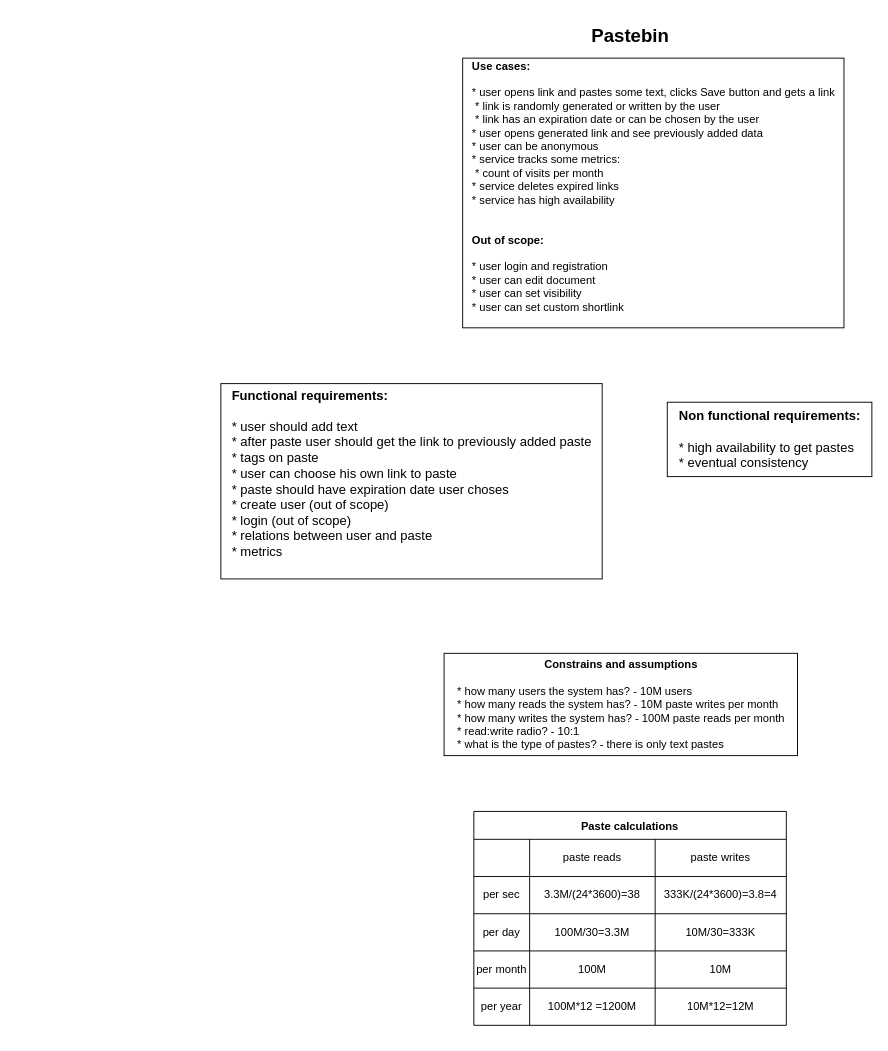
yakovshmidt/algo-problems keeps this draw.io diagram as src/main/resources/systemDesign/drawio/Pastebin.drawio. Above is the earlier version. Source tidied: cells renumbered, new cells numbered last; positions are measured from the earlier drawing's top-left corner, leaving out a move shared by most shapes. Both pictures are drawn from the tidied source at 93%, with x=0, y=0 at pixel (220, 16).
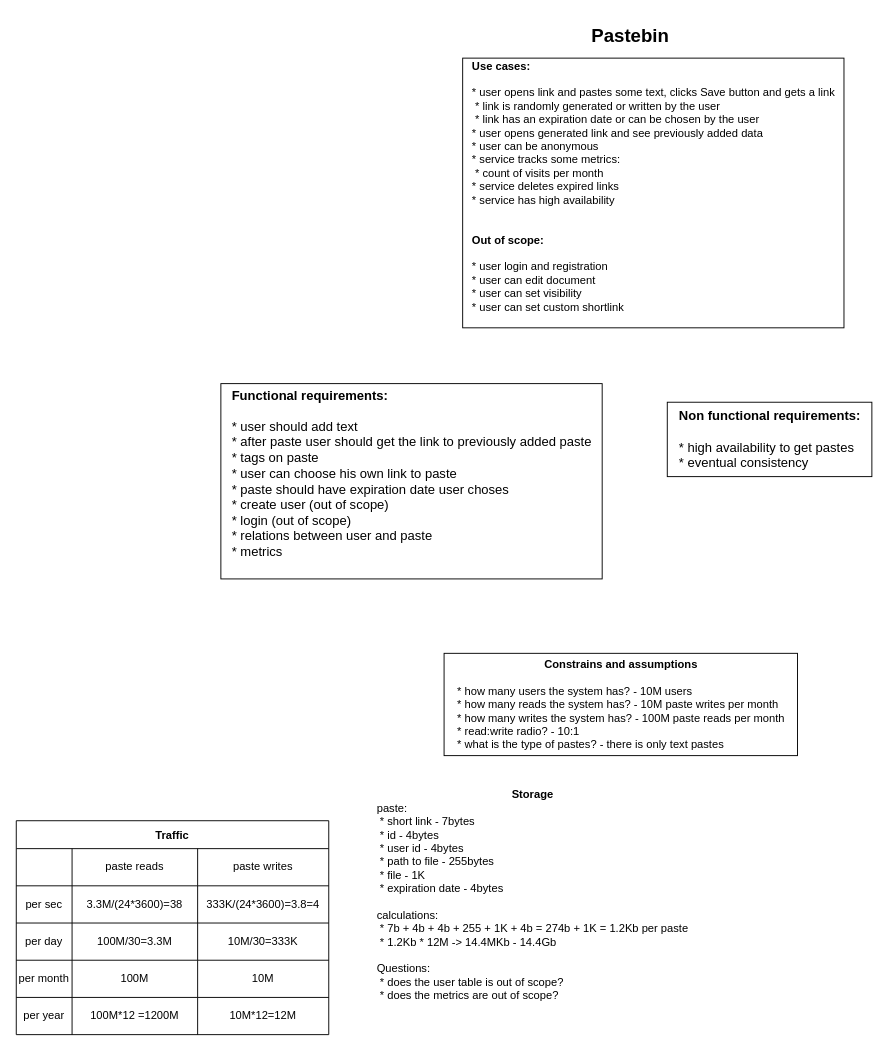
The same page after the edit.

Commit message:
feat: make storage calculations for Pastebin.drawio

What changed in the source:
```diff
@@
-    <mxCell id="7" value="Paste calculations" style="shape=table;startSize=30;childLayout=tableLayout;fontStyle=1;align=center;rounded=0;shadow=0;glass=0;sketch=0;fillStyle=auto;strokeColor=default;fillColor=default;gradientColor=none;" parent="1" vertex="1">
-      <mxGeometry x="272" y="855" width="336" height="230" as="geometry" />
+    <mxCell id="7" value="Traffic" style="shape=table;startSize=30;childLayout=tableLayout;fontStyle=1;align=center;rounded=0;shadow=0;glass=0;sketch=0;fillStyle=auto;strokeColor=default;fillColor=default;gradientColor=none;" parent="1" vertex="1">
+      <mxGeometry x="-220" y="865" width="336" height="230" as="geometry" />
     </mxCell>
@@
+    <mxCell id="28" value="&lt;b&gt;Storage&lt;/b&gt;&lt;br&gt;&lt;div style=&quot;text-align: left;&quot;&gt;paste:&lt;/div&gt;&lt;div style=&quot;text-align: left;&quot;&gt;&lt;span style=&quot;white-space: pre;&quot;&gt; * short link - 7bytes&lt;/span&gt;&lt;br&gt;&lt;/div&gt;&lt;div style=&quot;text-align: left;&quot;&gt;&lt;span style=&quot;white-space: pre;&quot;&gt;&lt;span style=&quot;white-space: pre;&quot;&gt; * id - 4bytes&lt;/span&gt;&lt;br&gt;&lt;/span&gt;&lt;/div&gt;&lt;div style=&quot;text-align: left;&quot;&gt;&lt;span style=&quot;white-space: pre;&quot;&gt;&lt;span style=&quot;white-space: pre;&quot;&gt;&lt;span style=&quot;white-space: pre;&quot;&gt; * user id - 4bytes&lt;/span&gt;&lt;br&gt;&lt;/span&gt;&lt;/span&gt;&lt;/div&gt;&lt;div style=&quot;text-align: left;&quot;&gt;&lt;span style=&quot;white-space: pre;&quot;&gt;&lt;span style=&quot;white-space: pre;&quot;&gt;&lt;span style=&quot;white-space: pre;&quot;&gt;&lt;span style=&quot;white-space: pre;&quot;&gt; * path to file - 255bytes&lt;/span&gt;&lt;br&gt;&lt;/span&gt;&lt;/span&gt;&lt;/span&gt;&lt;/div&gt;&lt;div style=&quot;text-align: left;&quot;&gt;&lt;span style=&quot;white-space: pre;&quot;&gt;&lt;span style=&quot;white-space: pre;&quot;&gt;&lt;span style=&quot;white-space: pre;&quot;&gt;&lt;span style=&quot;white-space: pre;&quot;&gt;&lt;span style=&quot;white-space: pre;&quot;&gt; * file - 1K&lt;/span&gt;&lt;br&gt;&lt;/span&gt;&lt;/span&gt;&lt;/span&gt;&lt;/span&gt;&lt;/div&gt;&lt;div style=&quot;text-align: left;&quot;&gt;&lt;span style=&quot;white-space: pre;&quot;&gt;&lt;span style=&quot;white-space: pre;&quot;&gt;&lt;span style=&quot;white-space: pre;&quot;&gt;&lt;span style=&quot;white-space: pre;&quot;&gt;&lt;span style=&quot;white-space: pre;&quot;&gt;&lt;span style=&quot;white-space: pre;&quot;&gt;&lt;span style=&quot;white-space: pre;&quot;&gt; &lt;/span&gt;* expiration date - 4bytes&lt;/span&gt;&lt;br&gt;&lt;/span&gt;&lt;/span&gt;&lt;/span&gt;&lt;/span&gt;&lt;/span&gt;&lt;/div&gt;&lt;div style=&quot;text-align: left;&quot;&gt;&lt;span style=&quot;white-space: pre;&quot;&gt;&lt;span style=&quot;white-space: pre;&quot;&gt;&lt;span style=&quot;white-space: pre;&quot;&gt;&lt;span style=&quot;white-space: pre;&quot;&gt;&lt;span style=&quot;white-space: pre;&quot;&gt;&lt;span style=&quot;white-space: pre;&quot;&gt;&lt;br&gt;&lt;/span&gt;&lt;/span&gt;&lt;/span&gt;&lt;/span&gt;&lt;/span&gt;&lt;/span&gt;&lt;/div&gt;&lt;div style=&quot;text-align: left;&quot;&gt;&lt;span style=&quot;white-space: pre;&quot;&gt;calculations:&amp;nbsp;&lt;/span&gt;&lt;/div&gt;&lt;div style=&quot;text-align: left;&quot;&gt;&lt;span style=&quot;white-space: pre;&quot;&gt;&lt;span style=&quot;white-space: pre;&quot;&gt; * &lt;/span&gt;7b + 4b + 4b + 255 + 1K + 4b = 274b + 1K = 1.2Kb per paste&lt;/span&gt;&lt;/div&gt;&lt;div style=&quot;text-align: left;&quot;&gt;&lt;span style=&quot;white-space: pre;&quot;&gt;&lt;span style=&quot;white-space: pre;&quot;&gt; * 1.2Kb * 12M -&amp;gt; 14.4MKb - 14.4Gb&lt;/span&gt;&lt;br&gt;&lt;/span&gt;&lt;/div&gt;&lt;div style=&quot;text-align: left;&quot;&gt;&lt;span style=&quot;white-space: pre;&quot;&gt;&lt;span style=&quot;white-space: pre;&quot;&gt;&lt;span style=&quot;white-space: pre;&quot;&gt;&lt;span style=&quot;white-space: pre;&quot;&gt;&lt;span style=&quot;white-space: pre;&quot;&gt;&lt;span style=&quot;white-space: pre;&quot;&gt;&lt;br&gt;&lt;/span&gt;&lt;/span&gt;&lt;/span&gt;&lt;/span&gt;&lt;/span&gt;&lt;/span&gt;&lt;/div&gt;&lt;div style=&quot;text-align: left;&quot;&gt;&lt;span style=&quot;white-space: pre;&quot;&gt;&lt;span style=&quot;white-space: pre;&quot;&gt;&lt;span style=&quot;white-space: pre;&quot;&gt;&lt;span style=&quot;white-space: pre;&quot;&gt;&lt;span style=&quot;white-space: pre;&quot;&gt;&lt;span style=&quot;white-space: pre;&quot;&gt;Questions:&lt;/span&gt;&lt;/span&gt;&lt;/span&gt;&lt;/span&gt;&lt;/span&gt;&lt;/span&gt;&lt;/div&gt;&lt;div style=&quot;text-align: left;&quot;&gt;&lt;span style=&quot;white-space: pre;&quot;&gt;&lt;span style=&quot;white-space: pre;&quot;&gt;&lt;span style=&quot;white-space: pre;&quot;&gt;&lt;span style=&quot;white-space: pre;&quot;&gt;&lt;span style=&quot;white-space: pre;&quot;&gt;&lt;span style=&quot;white-space: pre;&quot;&gt;&lt;span style=&quot;white-space: pre;&quot;&gt; * &lt;/span&gt;does the user table is out of scope?&lt;/span&gt;&lt;/span&gt;&lt;/span&gt;&lt;/span&gt;&lt;/span&gt;&lt;/span&gt;&lt;/div&gt;&lt;div style=&quot;text-align: left;&quot;&gt;&lt;span style=&quot;white-space: pre;&quot;&gt; * does the metrics are out of scope?&lt;/span&gt;&lt;br&gt;&lt;/div&gt;" style="text;html=1;align=center;verticalAlign=middle;strokeColor=none;fillColor=none;" parent="1" vertex="1">
+      <mxGeometry x="145" y="825" width="380" height="240" as="geometry" />
+    </mxCell>
```
